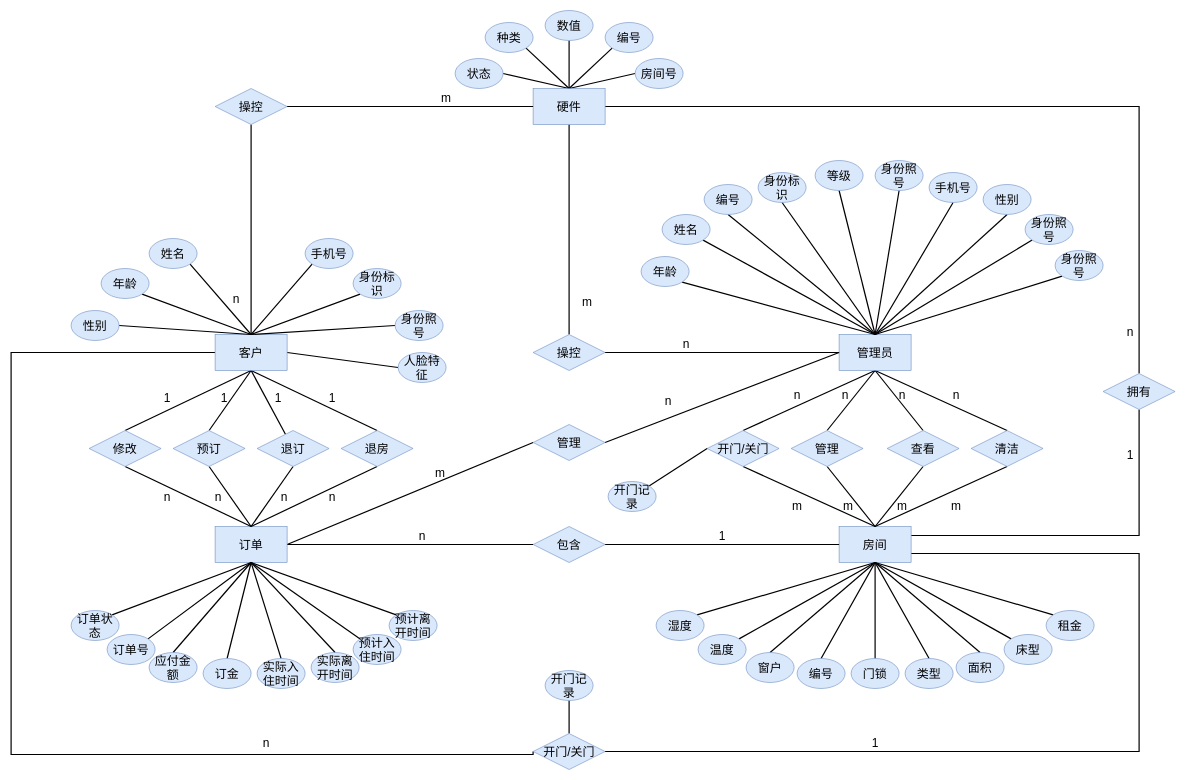
Before: docs/src/E-R图.drawio in AndSonder/smart-hotel-database, a draw.io diagram. Source tidied: cells renumbered, new cells numbered last; positions are measured from the earlier drawing's top-left corner, leaving out a move shared by most shapes. Both pictures are drawn from the tidied source at 60%, with x=0, y=0 at pixel (11, 10).
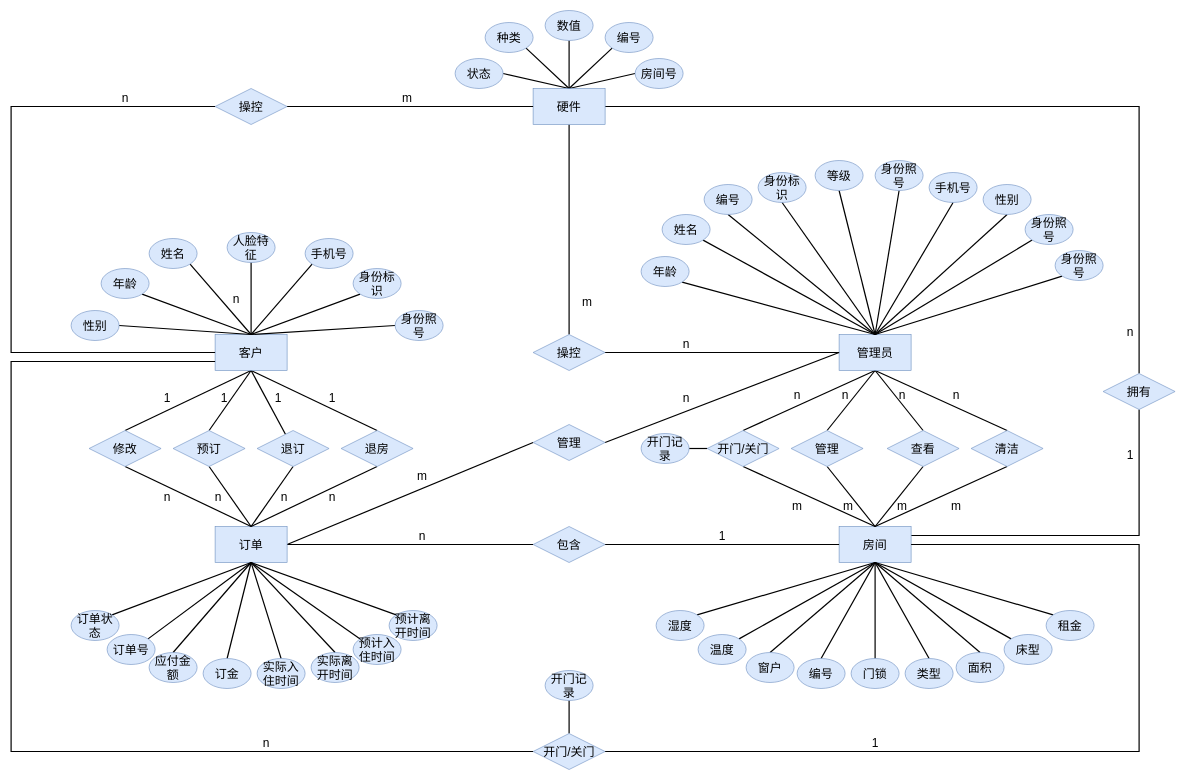
Above is the later version.

The change refers to these unchanged cells:
```xml
<mxCell id="9" value="客户" style="rounded=0;whiteSpace=wrap;html=1;fillColor=#dae8fc;strokeColor=#6c8ebf;fontSize=20;" parent="1" vertex="1">
  <mxGeometry x="340" y="540" width="120" height="60" as="geometry" />
</mxCell>
<mxCell id="20" value="房间" style="rounded=0;whiteSpace=wrap;html=1;fillColor=#dae8fc;strokeColor=#6c8ebf;fontSize=20;" parent="1" vertex="1">
  <mxGeometry x="1380" y="860" width="120" height="60" as="geometry" />
</mxCell>
<mxCell id="42" value="开门/关门" style="rhombus;whiteSpace=wrap;html=1;fillColor=#dae8fc;strokeColor=#6c8ebf;fontSize=20;" parent="1" vertex="1">
  <mxGeometry x="1160" y="700" width="120" height="60" as="geometry" />
</mxCell>
<mxCell id="53" value="操控" style="rhombus;whiteSpace=wrap;html=1;fillColor=#dae8fc;strokeColor=#6c8ebf;fontSize=20;" parent="1" vertex="1">
  <mxGeometry x="340" y="130" width="120" height="60" as="geometry" />
</mxCell>
<mxCell id="73" value="开门/关门" style="rhombus;whiteSpace=wrap;html=1;fillColor=#dae8fc;strokeColor=#6c8ebf;fontSize=20;" parent="1" vertex="1">
  <mxGeometry x="870" y="1205" width="120" height="60" as="geometry" />
</mxCell>
```

What changed in the source:
```diff
@@
-    <mxCell id="5" style="edgeStyle=none;rounded=0;jettySize=auto;html=1;exitX=0.5;exitY=0;exitDx=0;exitDy=0;entryX=0.5;entryY=1;entryDx=0;entryDy=0;fontSize=20;startArrow=none;startFill=0;endArrow=none;endFill=0;strokeWidth=2;" parent="1" edge="1" source="9" target="53">
-      <mxGeometry relative="1" as="geometry" />
-    </mxCell>
@@
-    <mxCell id="7" style="edgeStyle=orthogonalEdgeStyle;rounded=0;jettySize=auto;html=1;exitX=0;exitY=0.5;exitDx=0;exitDy=0;entryX=0;entryY=0.5;entryDx=0;entryDy=0;fontSize=20;startArrow=none;startFill=0;endArrow=none;endFill=0;strokeWidth=2;" parent="1" edge="1" source="9" target="73">
-      <mxGeometry relative="1" as="geometry">
-        <Array as="points">
-          <mxPoint y="570" />
-          <mxPoint y="1240" />
-          <mxPoint x="870" y="1240" />
-        </Array>
-      </mxGeometry>
-    </mxCell>
-    <mxCell id="8" style="edgeStyle=none;rounded=0;jettySize=auto;html=1;exitX=1;exitY=0.5;exitDx=0;exitDy=0;entryX=0;entryY=0.5;entryDx=0;entryDy=0;fontSize=20;startArrow=none;startFill=0;endArrow=none;endFill=0;strokeWidth=2;" parent="1" edge="1" source="9" target="159">
+    <mxCell id="8" style="edgeStyle=orthogonalEdgeStyle;rounded=0;jettySize=auto;html=1;entryX=0.5;entryY=1;entryDx=0;entryDy=0;endArrow=none;endFill=0;strokeWidth=2;" parent="1" edge="1" source="9" target="159">
       <mxGeometry relative="1" as="geometry" />
     </mxCell>
@@
-    <mxCell id="19" style="edgeStyle=orthogonalEdgeStyle;rounded=0;jettySize=auto;html=1;exitX=1;exitY=0.75;exitDx=0;exitDy=0;entryX=1;entryY=0.5;entryDx=0;entryDy=0;fontSize=20;startArrow=none;startFill=0;endArrow=none;endFill=0;strokeWidth=2;" parent="1" edge="1" source="20" target="73">
-      <mxGeometry relative="1" as="geometry">
-        <Array as="points">
-          <mxPoint x="1880" y="905" />
-          <mxPoint x="1880" y="1235" />
-        </Array>
-      </mxGeometry>
-    </mxCell>
@@
     <mxCell id="29" value="n" style="text;html=1;align=center;verticalAlign=middle;strokeColor=none;fontSize=20;" parent="1" vertex="1">
-      <mxGeometry x="1080" y="635" width="30" height="30" as="geometry" />
+      <mxGeometry x="1110" y="630" width="30" height="30" as="geometry" />
     </mxCell>
     <mxCell id="30" value="m" style="text;html=1;align=center;verticalAlign=middle;strokeColor=none;fontSize=20;" parent="1" vertex="1">
-      <mxGeometry x="700" y="755" width="30" height="30" as="geometry" />
+      <mxGeometry x="670" y="760" width="30" height="30" as="geometry" />
     </mxCell>
@@
+    <mxCell id="160" style="edgeStyle=orthogonalEdgeStyle;rounded=0;jettySize=auto;html=1;exitX=0;exitY=0.5;exitDx=0;exitDy=0;entryX=0;entryY=0.5;entryDx=0;entryDy=0;endArrow=none;endFill=0;strokeWidth=2;" parent="1" edge="1" source="53" target="9">
+      <mxGeometry relative="1" as="geometry">
+        <Array as="points">
+          <mxPoint y="160" />
+          <mxPoint y="570" />
+        </Array>
+      </mxGeometry>
+    </mxCell>
@@
     <mxCell id="55" value="m" style="text;html=1;align=center;verticalAlign=middle;strokeColor=none;fontSize=20;" parent="1" vertex="1">
-      <mxGeometry x="710" y="130" width="30" height="30" as="geometry" />
+      <mxGeometry x="645" y="130" width="30" height="30" as="geometry" />
     </mxCell>
@@
+    <mxCell id="161" style="edgeStyle=orthogonalEdgeStyle;rounded=0;jettySize=auto;html=1;exitX=0;exitY=0.5;exitDx=0;exitDy=0;entryX=0;entryY=0.75;entryDx=0;entryDy=0;strokeWidth=2;endArrow=none;endFill=0;" parent="1" edge="1" source="73" target="9">
+      <mxGeometry relative="1" as="geometry">
+        <Array as="points">
+          <mxPoint y="1235" />
+          <mxPoint y="585" />
+        </Array>
+      </mxGeometry>
+    </mxCell>
+    <mxCell id="162" style="edgeStyle=orthogonalEdgeStyle;rounded=0;jettySize=auto;html=1;exitX=1;exitY=0.5;exitDx=0;exitDy=0;entryX=1;entryY=0.5;entryDx=0;entryDy=0;endArrow=none;endFill=0;strokeWidth=2;" parent="1" edge="1" source="73" target="20">
+      <mxGeometry relative="1" as="geometry">
+        <Array as="points">
+          <mxPoint x="1880" y="1235" />
+          <mxPoint x="1880" y="890" />
+        </Array>
+      </mxGeometry>
+    </mxCell>
@@
-    <mxCell id="152" style="edgeStyle=none;rounded=0;jettySize=auto;html=1;exitX=1;exitY=0;exitDx=0;exitDy=0;entryX=0;entryY=0.5;entryDx=0;entryDy=0;fontSize=20;startArrow=none;startFill=0;endArrow=none;endFill=0;strokeWidth=2;" parent="1" edge="1" source="153" target="42">
+    <mxCell id="152" style="edgeStyle=orthogonalEdgeStyle;rounded=0;jettySize=auto;html=1;exitX=1;exitY=0.5;exitDx=0;exitDy=0;entryX=0;entryY=0.5;entryDx=0;entryDy=0;endArrow=none;endFill=0;strokeWidth=2;" parent="1" edge="1" source="153" target="42">
       <mxGeometry relative="1" as="geometry" />
     </mxCell>
     <mxCell id="153" value="开门记录" style="ellipse;whiteSpace=wrap;html=1;fontSize=20;fillColor=#dae8fc;strokeColor=#6c8ebf;" parent="1" vertex="1">
-      <mxGeometry x="995" y="785" width="80" height="50" as="geometry" />
+      <mxGeometry x="1050" y="705" width="80" height="50" as="geometry" />
     </mxCell>
@@
+    <mxCell id="163" value="&lt;font style=&quot;font-size: 20px&quot;&gt;n&lt;/font&gt;" style="text;html=1;align=center;verticalAlign=middle;strokeColor=none;" parent="1" vertex="1">
+      <mxGeometry x="175" y="135" width="30" height="20" as="geometry" />
+    </mxCell>
     <mxCell id="159" value="人脸特征" style="ellipse;whiteSpace=wrap;html=1;fontSize=20;fillColor=#dae8fc;strokeColor=#6c8ebf;" parent="1" vertex="1">
-      <mxGeometry x="645" y="570" width="80" height="50" as="geometry" />
+      <mxGeometry x="360" y="370" width="80" height="50" as="geometry" />
     </mxCell>
```
